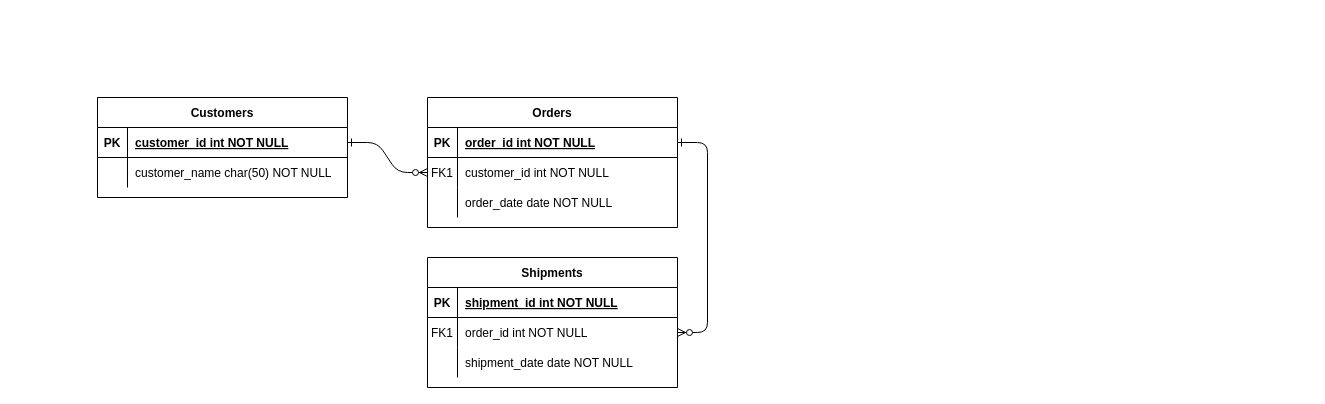
This is Диаграмма без названия.drawio from s-lexx/TestGuru, a draw.io file, before an edit. Source tidied: cells renumbered, new cells numbered last; positions are measured from the earlier drawing's top-left corner, leaving out a move shared by most shapes. Both pictures are drawn from the tidied source at 100%, with x=0, y=0 at pixel (97, 97).
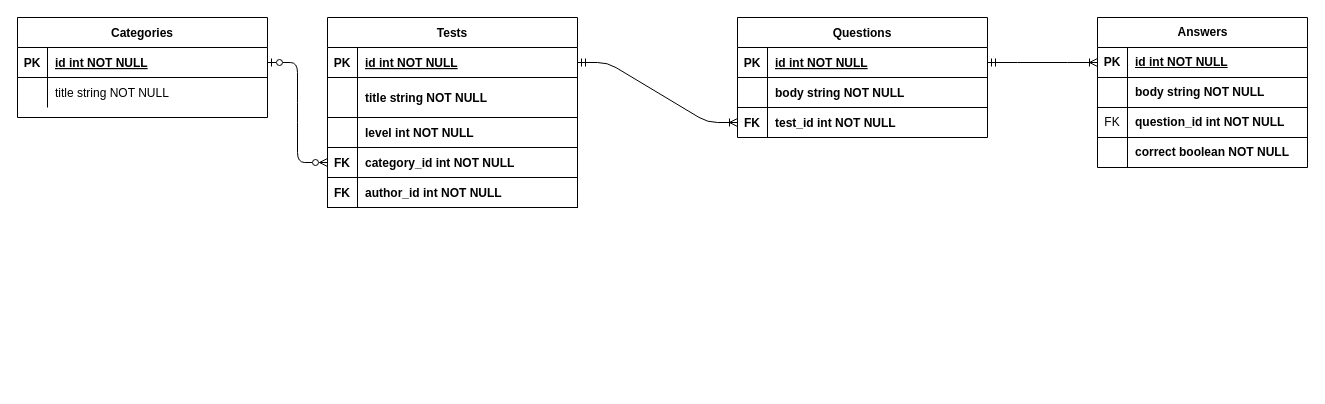
Above is the later version.

Unchanged cells that the change refers to:
```xml
<mxCell id="5" style="shape=partialRectangle;fillColor=none;points=[[0,0.5],[1,0.5]];portConstraint=eastwest;top=0;left=0;right=0;bottom=1;" parent="4" vertex="1">
  <mxGeometry y="30" width="250" height="30" as="geometry" />
</mxCell>
<mxCell id="15" style="shape=partialRectangle;fillColor=none;points=[[0,0.5],[1,0.5]];portConstraint=eastwest;top=0;left=0;right=0;bottom=1;" parent="14" vertex="1">
  <mxGeometry y="30" width="250" height="30" as="geometry" />
</mxCell>
<mxCell id="18" style="shape=partialRectangle;fillColor=none;points=[[0,0.5],[1,0.5]];portConstraint=eastwest;top=0;left=0;right=0;bottom=0;" parent="14" vertex="1">
  <mxGeometry y="60" width="250" height="30" as="geometry" />
</mxCell>
<mxCell id="21" style="shape=partialRectangle;fillColor=none;points=[[0,0.5],[1,0.5]];portConstraint=eastwest;top=0;left=0;right=0;bottom=0;" parent="14" vertex="1">
  <mxGeometry y="90" width="250" height="30" as="geometry" />
</mxCell>
```

Change to the diagram source:
```diff
@@
-    <mxCell id="2" style="edgeStyle=entityRelationEdgeStyle;endArrow=ERzeroToMany;startArrow=ERone;endFill=1;startFill=0;" parent="1" edge="1" source="25" target="8">
-      <mxGeometry relative="1" as="geometry" />
+    <mxCell id="2" style="edgeStyle=entityRelationEdgeStyle;endArrow=ERzeroToMany;startArrow=ERzeroToOne;endFill=0;startFill=0;entryX=0;entryY=0.5;entryDx=0;entryDy=0;" parent="1" edge="1" source="25" target="31">
+      <mxGeometry relative="1" as="geometry">
+        <Array as="points">
+          <mxPoint x="330" y="50" />
+        </Array>
+      </mxGeometry>
     </mxCell>
-    <mxCell id="3" style="edgeStyle=entityRelationEdgeStyle;endArrow=ERzeroToMany;startArrow=ERone;endFill=1;startFill=0;" parent="1" edge="1" source="5" target="18">
+    <mxCell id="3" style="edgeStyle=entityRelationEdgeStyle;endArrow=ERoneToMany;startArrow=ERmandOne;endFill=0;startFill=0;exitX=1;exitY=0.5;exitDx=0;exitDy=0;entryX=0;entryY=0.5;entryDx=0;entryDy=0;" parent="1" edge="1" source="5" target="21">
       <mxGeometry relative="1" as="geometry" />
     </mxCell>
+    <mxCell id="24" value="Categories" style="shape=table;startSize=30;childLayout=tableLayout;rowLines=0;fontStyle=1;align=center;" parent="1" vertex="1">
+      <mxGeometry x="-80" y="-80" width="250" height="100" as="geometry" />
+    </mxCell>
+    <mxCell id="25" style="shape=partialRectangle;fillColor=none;points=[[0,0.5],[1,0.5]];portConstraint=eastwest;top=0;left=0;right=0;bottom=1;" parent="24" vertex="1">
+      <mxGeometry y="30" width="250" height="30" as="geometry" />
+    </mxCell>
+    <mxCell id="26" value="PK" style="shape=partialRectangle;overflow=hidden;fillColor=none;top=0;left=0;bottom=0;right=0;fontStyle=1;" parent="25" vertex="1">
+      <mxGeometry width="30" height="30" as="geometry" />
+    </mxCell>
+    <mxCell id="27" value="id int NOT NULL " style="shape=partialRectangle;overflow=hidden;fillColor=none;top=0;left=0;bottom=0;right=0;align=left;spacingLeft=6;fontStyle=5;" parent="25" vertex="1">
+      <mxGeometry x="30" width="220" height="30" as="geometry" />
+    </mxCell>
+    <mxCell id="28" style="shape=partialRectangle;fillColor=none;top=0;left=0;right=0;bottom=0;" parent="24" vertex="1">
+      <mxGeometry y="60" width="250" height="30" as="geometry" />
+    </mxCell>
+    <mxCell id="29" style="shape=partialRectangle;overflow=hidden;fillColor=none;top=0;left=0;bottom=0;right=0;" parent="28" vertex="1">
+      <mxGeometry width="30" height="30" as="geometry" />
+    </mxCell>
+    <mxCell id="30" value="title string NOT NULL" style="shape=partialRectangle;overflow=hidden;fillColor=none;top=0;left=0;bottom=0;right=0;align=left;spacingLeft=6;" parent="28" vertex="1">
+      <mxGeometry x="30" width="220" height="30" as="geometry" />
+    </mxCell>
-    <mxCell id="4" value="Orders" style="shape=table;startSize=30;childLayout=tableLayout;rowLines=0;fontStyle=1;align=center;" parent="1" vertex="1">
-      <mxGeometry x="330" width="250" height="130" as="geometry" />
+    <mxCell id="4" value="Tests" style="shape=table;startSize=30;childLayout=tableLayout;rowLines=0;fontStyle=1;align=center;swimlaneLine=1;" parent="1" vertex="1">
+      <mxGeometry x="230" y="-80" width="250" height="190" as="geometry" />
     </mxCell>
@@
-    <mxCell id="7" value="order_id int NOT NULL " style="shape=partialRectangle;overflow=hidden;fillColor=none;top=0;left=0;bottom=0;right=0;align=left;spacingLeft=6;fontStyle=5;" parent="5" vertex="1">
+    <mxCell id="7" value="id int NOT NULL " style="shape=partialRectangle;overflow=hidden;fillColor=none;top=0;left=0;bottom=0;right=0;align=left;spacingLeft=6;fontStyle=5;" parent="5" vertex="1">
       <mxGeometry x="30" width="220" height="30" as="geometry" />
     </mxCell>
     <mxCell id="8" style="shape=partialRectangle;fillColor=none;points=[[0,0.5],[1,0.5]];portConstraint=eastwest;top=0;left=0;right=0;bottom=0;" parent="4" vertex="1">
-      <mxGeometry y="60" width="250" height="30" as="geometry" />
+      <mxGeometry y="60" width="250" height="40" as="geometry" />
     </mxCell>
-    <mxCell id="9" value="FK1" style="shape=partialRectangle;overflow=hidden;fillColor=none;top=0;left=0;bottom=0;right=0;" parent="8" vertex="1">
-      <mxGeometry width="30" height="30" as="geometry" />
+    <mxCell id="9" style="shape=partialRectangle;overflow=hidden;fillColor=none;top=0;left=0;bottom=1;right=0;fontStyle=1;" parent="8" vertex="1">
+      <mxGeometry width="30" height="40" as="geometry" />
     </mxCell>
-    <mxCell id="10" value="customer_id int NOT NULL" style="shape=partialRectangle;overflow=hidden;fillColor=none;top=0;left=0;bottom=0;right=0;align=left;spacingLeft=6;" parent="8" vertex="1">
-      <mxGeometry x="30" width="220" height="30" as="geometry" />
+    <mxCell id="10" value="title string NOT NULL" style="shape=partialRectangle;overflow=hidden;fillColor=none;top=0;left=0;bottom=1;right=0;align=left;spacingLeft=6;fontStyle=1;" parent="8" vertex="1">
+      <mxGeometry x="30" width="220" height="40" as="geometry" />
     </mxCell>
     <mxCell id="11" style="shape=partialRectangle;fillColor=none;top=0;left=0;right=0;bottom=0;" parent="4" vertex="1">
-      <mxGeometry y="90" width="250" height="30" as="geometry" />
+      <mxGeometry y="100" width="250" height="30" as="geometry" />
     </mxCell>
-    <mxCell id="12" style="shape=partialRectangle;overflow=hidden;fillColor=none;top=0;left=0;bottom=0;right=0;" parent="11" vertex="1">
+    <mxCell id="12" style="shape=partialRectangle;overflow=hidden;fillColor=none;top=0;left=0;bottom=1;right=1;fontStyle=1;" parent="11" vertex="1">
       <mxGeometry width="30" height="30" as="geometry" />
     </mxCell>
-    <mxCell id="13" value="order_date date NOT NULL" style="shape=partialRectangle;overflow=hidden;fillColor=none;top=0;left=0;bottom=0;right=0;align=left;spacingLeft=6;" parent="11" vertex="1">
+    <mxCell id="13" value="level int NOT NULL" style="shape=partialRectangle;overflow=hidden;fillColor=none;top=0;left=0;bottom=1;right=0;align=left;spacingLeft=6;fontStyle=1;" parent="11" vertex="1">
       <mxGeometry x="30" width="220" height="30" as="geometry" />
     </mxCell>
+    <mxCell id="31" style="shape=partialRectangle;fillColor=none;points=[[0,0.5],[1,0.5]];portConstraint=eastwest;top=0;left=0;right=0;bottom=0;" parent="4" vertex="1">
+      <mxGeometry y="130" width="250" height="30" as="geometry" />
+    </mxCell>
+    <mxCell id="32" value="FK" style="shape=partialRectangle;overflow=hidden;fillColor=none;top=0;left=0;bottom=1;right=1;fontStyle=1;" parent="31" vertex="1">
+      <mxGeometry width="30" height="30" as="geometry" />
+    </mxCell>
+    <mxCell id="33" value="category_id int NOT NULL" style="shape=partialRectangle;overflow=hidden;fillColor=none;top=0;left=0;bottom=1;right=0;align=left;spacingLeft=6;fontStyle=1;" parent="31" vertex="1">
+      <mxGeometry x="30" width="220" height="30" as="geometry" />
+    </mxCell>
+    <mxCell id="34" style="shape=partialRectangle;fillColor=none;top=0;left=0;right=0;bottom=0;" parent="4" vertex="1">
+      <mxGeometry y="160" width="250" height="30" as="geometry" />
+    </mxCell>
+    <mxCell id="35" value="FK" style="shape=partialRectangle;overflow=hidden;fillColor=none;top=0;left=0;bottom=1;right=1;fontStyle=1;" parent="34" vertex="1">
+      <mxGeometry width="30" height="30" as="geometry" />
+    </mxCell>
+    <mxCell id="36" value="author_id int NOT NULL" style="shape=partialRectangle;overflow=hidden;fillColor=none;top=0;left=0;bottom=1;right=0;align=left;spacingLeft=6;fontStyle=1;" parent="34" vertex="1">
+      <mxGeometry x="30" width="220" height="30" as="geometry" />
+    </mxCell>
-    <mxCell id="14" value="Shipments" style="shape=table;startSize=30;childLayout=tableLayout;rowLines=0;fontStyle=1;align=center;" parent="1" vertex="1">
-      <mxGeometry x="330" y="160" width="250" height="130" as="geometry" />
+    <mxCell id="14" value="Questions" style="shape=table;startSize=30;childLayout=tableLayout;rowLines=0;fontStyle=1;align=center;" parent="1" vertex="1">
+      <mxGeometry x="640" y="-80" width="250" height="120" as="geometry" />
     </mxCell>
@@
-    <mxCell id="17" value="shipment_id int NOT NULL " style="shape=partialRectangle;overflow=hidden;fillColor=none;top=0;left=0;bottom=0;right=0;align=left;spacingLeft=6;fontStyle=5;" parent="15" vertex="1">
+    <mxCell id="17" value="id int NOT NULL " style="shape=partialRectangle;overflow=hidden;fillColor=none;top=0;left=0;bottom=0;right=0;align=left;spacingLeft=6;fontStyle=5;" parent="15" vertex="1">
       <mxGeometry x="30" width="220" height="30" as="geometry" />
     </mxCell>
@@
-    <mxCell id="19" value="FK1" style="shape=partialRectangle;overflow=hidden;fillColor=none;top=0;left=0;bottom=0;right=0;" parent="18" vertex="1">
+    <mxCell id="19" style="shape=partialRectangle;overflow=hidden;fillColor=none;top=0;left=0;bottom=1;right=0;fontStyle=1;" parent="18" vertex="1">
       <mxGeometry width="30" height="30" as="geometry" />
     </mxCell>
-    <mxCell id="20" value="order_id int NOT NULL" style="shape=partialRectangle;overflow=hidden;fillColor=none;top=0;left=0;bottom=0;right=0;align=left;spacingLeft=6;" parent="18" vertex="1">
+    <mxCell id="20" value="body string NOT NULL" style="shape=partialRectangle;overflow=hidden;fillColor=none;top=0;left=0;bottom=1;right=0;align=left;spacingLeft=6;fontStyle=1;" parent="18" vertex="1">
       <mxGeometry x="30" width="220" height="30" as="geometry" />
     </mxCell>
@@
-    <mxCell id="22" style="shape=partialRectangle;overflow=hidden;fillColor=none;top=0;left=0;bottom=0;right=0;" parent="21" vertex="1">
+    <mxCell id="22" value="FK" style="shape=partialRectangle;overflow=hidden;fillColor=none;top=0;left=0;bottom=0;right=0;fontStyle=1;" parent="21" vertex="1">
       <mxGeometry width="30" height="30" as="geometry" />
     </mxCell>
-    <mxCell id="23" value="shipment_date date NOT NULL" style="shape=partialRectangle;overflow=hidden;fillColor=none;top=0;left=0;bottom=0;right=0;align=left;spacingLeft=6;" parent="21" vertex="1">
+    <mxCell id="23" value="test_id int NOT NULL" style="shape=partialRectangle;overflow=hidden;fillColor=none;top=0;left=0;bottom=0;right=0;align=left;spacingLeft=6;fontStyle=1;" parent="21" vertex="1">
       <mxGeometry x="30" width="220" height="30" as="geometry" />
     </mxCell>
-    <mxCell id="24" value="Customers" style="shape=table;startSize=30;childLayout=tableLayout;rowLines=0;fontStyle=1;align=center;" parent="1" vertex="1">
-      <mxGeometry width="250" height="100" as="geometry" />
-    </mxCell>
-    <mxCell id="25" style="shape=partialRectangle;fillColor=none;points=[[0,0.5],[1,0.5]];portConstraint=eastwest;top=0;left=0;right=0;bottom=1;" parent="24" vertex="1">
-      <mxGeometry y="30" width="250" height="30" as="geometry" />
-    </mxCell>
-    <mxCell id="26" value="PK" style="shape=partialRectangle;overflow=hidden;fillColor=none;top=0;left=0;bottom=0;right=0;fontStyle=1;" parent="25" vertex="1">
-      <mxGeometry width="30" height="30" as="geometry" />
-    </mxCell>
-    <mxCell id="27" value="customer_id int NOT NULL " style="shape=partialRectangle;overflow=hidden;fillColor=none;top=0;left=0;bottom=0;right=0;align=left;spacingLeft=6;fontStyle=5;" parent="25" vertex="1">
-      <mxGeometry x="30" width="220" height="30" as="geometry" />
-    </mxCell>
-    <mxCell id="28" style="shape=partialRectangle;fillColor=none;top=0;left=0;right=0;bottom=0;" parent="24" vertex="1">
-      <mxGeometry y="60" width="250" height="30" as="geometry" />
-    </mxCell>
-    <mxCell id="29" style="shape=partialRectangle;overflow=hidden;fillColor=none;top=0;left=0;bottom=0;right=0;" parent="28" vertex="1">
-      <mxGeometry width="30" height="30" as="geometry" />
-    </mxCell>
-    <mxCell id="30" value="customer_name char(50) NOT NULL" style="shape=partialRectangle;overflow=hidden;fillColor=none;top=0;left=0;bottom=0;right=0;align=left;spacingLeft=6;" parent="28" vertex="1">
-      <mxGeometry x="30" width="220" height="30" as="geometry" />
-    </mxCell>
+    <mxCell id="37" value="Answers" style="shape=table;startSize=30;childLayout=tableLayout;rowLines=0;fontStyle=1;align=center;html=1;" parent="1" vertex="1">
+      <mxGeometry x="1000" y="-80" width="210" height="150" as="geometry" />
+    </mxCell>
+    <mxCell id="38" style="shape=tableRow;horizontal=0;startSize=0;swimlaneHead=0;swimlaneBody=0;fillColor=none;points=[[0,0.5],[1,0.5]];portConstraint=eastwest;top=0;left=0;right=0;bottom=1;" parent="37" vertex="1">
+      <mxGeometry y="30" width="210" height="30" as="geometry" />
+    </mxCell>
+    <mxCell id="39" value="PK" style="shape=partialRectangle;fillColor=none;top=0;left=0;bottom=0;right=0;fontStyle=1;overflow=hidden;whiteSpace=wrap;html=1;" parent="38" vertex="1">
+      <mxGeometry width="30" height="30" as="geometry" />
+    </mxCell>
+    <mxCell id="40" value="id int NOT NULL" style="shape=partialRectangle;fillColor=none;top=0;left=0;bottom=0;right=0;align=left;spacingLeft=6;fontStyle=5;overflow=hidden;whiteSpace=wrap;html=1;" parent="38" vertex="1">
+      <mxGeometry x="30" width="180" height="30" as="geometry" />
+    </mxCell>
+    <mxCell id="41" style="shape=tableRow;horizontal=0;startSize=0;swimlaneHead=0;swimlaneBody=0;fillColor=none;top=0;left=0;right=0;bottom=0;" parent="37" vertex="1">
+      <mxGeometry y="60" width="210" height="30" as="geometry" />
+    </mxCell>
+    <mxCell id="42" style="shape=partialRectangle;fillColor=none;top=0;left=0;bottom=0;right=0;overflow=hidden;whiteSpace=wrap;html=1;" parent="41" vertex="1">
+      <mxGeometry width="30" height="30" as="geometry" />
+    </mxCell>
+    <mxCell id="43" value="body string NOT NULL" style="shape=partialRectangle;fillColor=none;top=0;left=0;bottom=0;right=0;align=left;spacingLeft=6;overflow=hidden;whiteSpace=wrap;html=1;fontStyle=1;" parent="41" vertex="1">
+      <mxGeometry x="30" width="180" height="30" as="geometry" />
+    </mxCell>
+    <mxCell id="44" style="shape=tableRow;horizontal=0;startSize=0;swimlaneHead=0;swimlaneBody=0;fillColor=none;top=0;left=0;right=0;bottom=0;" parent="37" vertex="1">
+      <mxGeometry y="90" width="210" height="30" as="geometry" />
+    </mxCell>
+    <mxCell id="45" value="FK" style="shape=partialRectangle;fillColor=none;top=1;left=0;bottom=0;right=0;overflow=hidden;whiteSpace=wrap;html=1;" parent="44" vertex="1">
+      <mxGeometry width="30" height="30" as="geometry" />
+    </mxCell>
+    <mxCell id="46" value="question_id int NOT NULL" style="shape=partialRectangle;fillColor=none;top=1;left=0;bottom=0;right=0;align=left;spacingLeft=6;overflow=hidden;whiteSpace=wrap;html=1;fontStyle=1;" parent="44" vertex="1">
+      <mxGeometry x="30" width="180" height="30" as="geometry" />
+    </mxCell>
+    <mxCell id="47" style="shape=tableRow;horizontal=0;startSize=0;swimlaneHead=0;swimlaneBody=0;fillColor=none;top=0;left=0;right=0;bottom=0;" parent="37" vertex="1">
+      <mxGeometry y="120" width="210" height="30" as="geometry" />
+    </mxCell>
+    <mxCell id="48" style="shape=partialRectangle;fillColor=none;top=1;left=0;bottom=0;right=0;overflow=hidden;whiteSpace=wrap;html=1;fontStyle=1;" parent="47" vertex="1">
+      <mxGeometry width="30" height="30" as="geometry" />
+    </mxCell>
+    <mxCell id="49" value="correct boolean NOT NULL" style="shape=partialRectangle;fillColor=none;top=1;left=0;bottom=0;right=0;align=left;spacingLeft=6;overflow=hidden;whiteSpace=wrap;html=1;fontStyle=1;" parent="47" vertex="1">
+      <mxGeometry x="30" width="180" height="30" as="geometry" />
+    </mxCell>
+    <mxCell id="50" style="edgeStyle=entityRelationEdgeStyle;fontSize=12;html=1;endArrow=ERoneToMany;rounded=0;exitX=1;exitY=0.5;exitDx=0;exitDy=0;entryX=0;entryY=0.5;entryDx=0;entryDy=0;startArrow=ERmandOne;startFill=0;" parent="1" edge="1" source="15" target="38">
+      <mxGeometry relative="1" as="geometry">
+        <Array as="points">
+          <mxPoint x="840" y="300" />
+          <mxPoint x="420" y="160" />
+        </Array>
+      </mxGeometry>
+    </mxCell>
```
